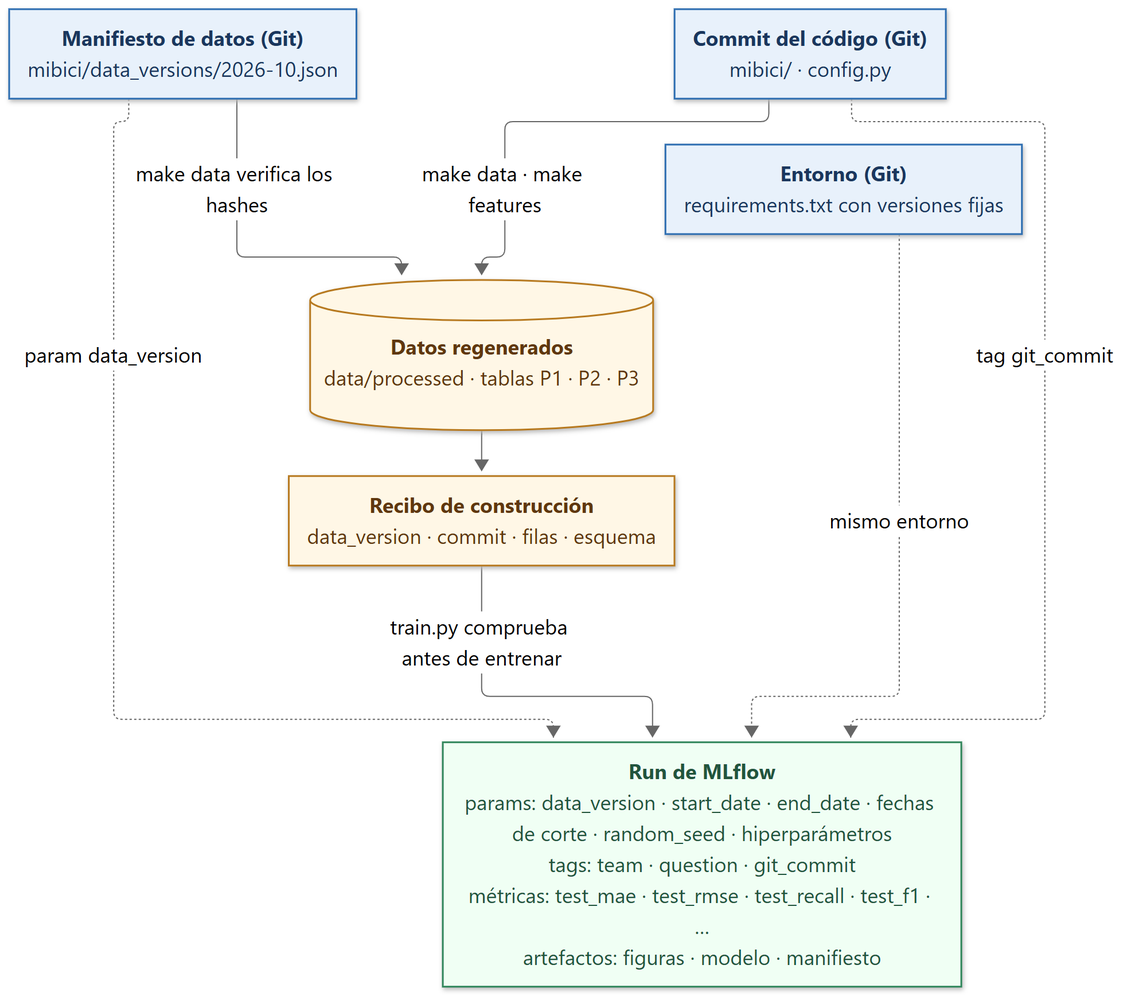
Earlier version of the Mermaid export references/trazabilidad.png (WillSagzz/TC5061-Proyecto-Equipo10). Its source is kept beside it as references/trazabilidad.mmd. Its diagram source:
```mermaid
flowchart TB

  MAN["<b>Manifiesto de datos (Git)</b><br/>mibici/data_versions/2026-10.json"]
  COMMIT["<b>Commit del código (Git)</b><br/>mibici/ · config.py"]
  REQ["<b>Entorno (Git)</b><br/>requirements.txt con versiones fijas"]

  DATA[("<b>Datos regenerados</b><br/>data/processed · tablas P1 · P2 · P3")]
  RECEIPT["<b>Recibo de construcción</b><br/>data_version · commit · filas · esquema"]

  RUN["<b>Run de MLflow</b><br/>params: data_version · start_date · end_date · fechas de corte · random_seed · hiperparámetros<br/>tags: team · question · git_commit<br/>métricas: test_mae · test_rmse · test_recall · test_f1 · …<br/>artefactos: figuras · modelo · manifiesto"]

  MAN -- "make data verifica los hashes" --> DATA
  COMMIT -- "make data · make features" --> DATA
  REQ ~~~ DATA
  DATA --> RECEIPT
  RECEIPT -- "train.py comprueba antes de entrenar" --> RUN
  MAN -. "param data_version" .-> RUN
  COMMIT -. "tag git_commit" .-> RUN
  REQ -. "mismo entorno" .-> RUN

  classDef git fill:#e8f1fb,stroke:#2b6cb0,stroke-width:1.5px,color:#1a365d
  classDef local fill:#fff7e6,stroke:#b7791f,stroke-width:1.5px,color:#5f370e
  classDef run fill:#f0fff4,stroke:#2f855a,stroke-width:1.5px,color:#22543d
  class MAN,COMMIT,REQ git
  class DATA,RECEIPT local
  class RUN run
```
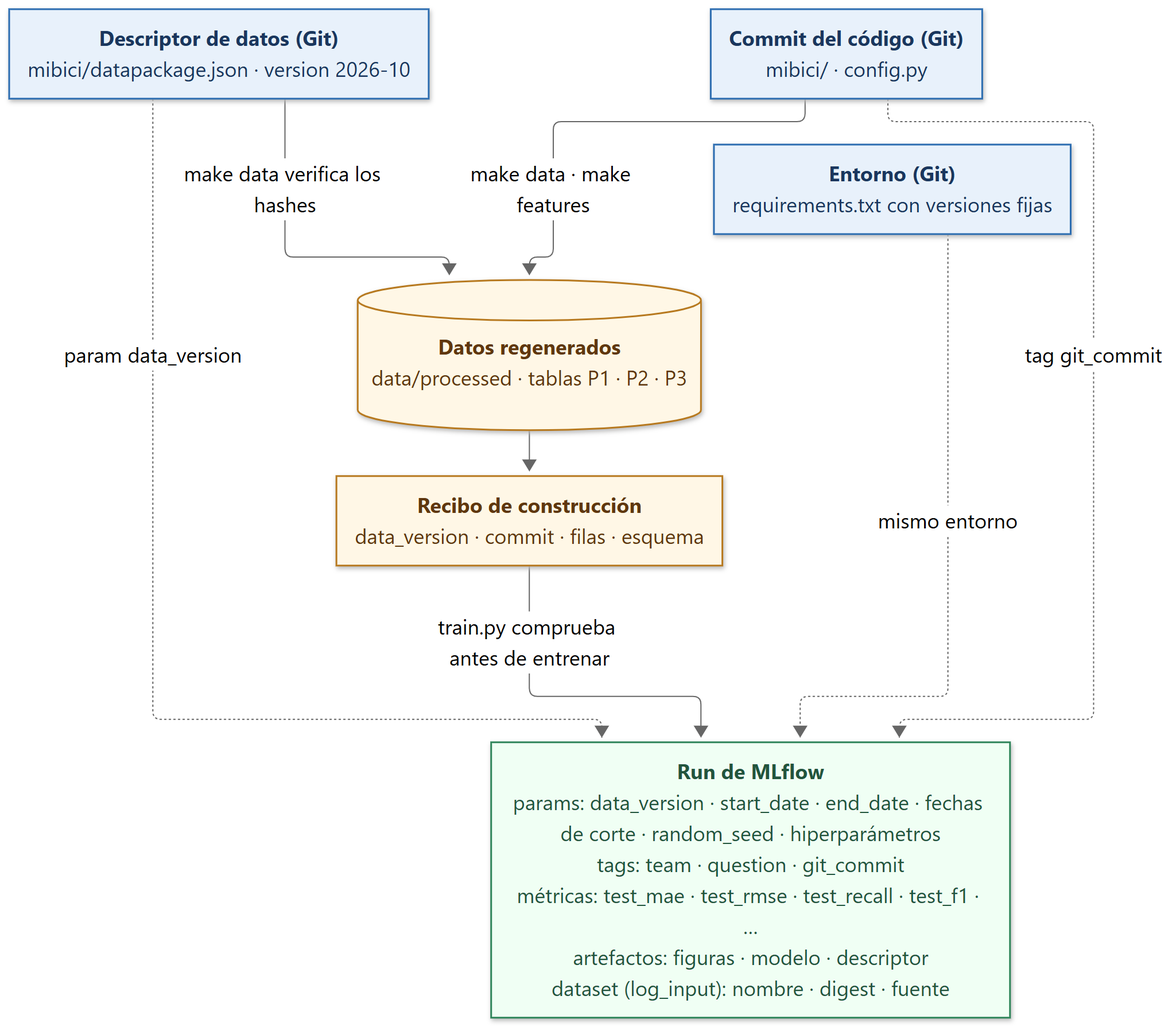
The same file after the commit.

The edit, as a diff of the source:
```diff
@@ -1,13 +1,13 @@
 flowchart TB
 
-  MAN["<b>Manifiesto de datos (Git)</b><br/>mibici/data_versions/2026-10.json"]
+  MAN["<b>Descriptor de datos (Git)</b><br/>mibici/datapackage.json · version 2026-10"]
   COMMIT["<b>Commit del código (Git)</b><br/>mibici/ · config.py"]
   REQ["<b>Entorno (Git)</b><br/>requirements.txt con versiones fijas"]
 
   DATA[("<b>Datos regenerados</b><br/>data/processed · tablas P1 · P2 · P3")]
   RECEIPT["<b>Recibo de construcción</b><br/>data_version · commit · filas · esquema"]
 
-  RUN["<b>Run de MLflow</b><br/>params: data_version · start_date · end_date · fechas de corte · random_seed · hiperparámetros<br/>tags: team · question · git_commit<br/>métricas: test_mae · test_rmse · test_recall · test_f1 · …<br/>artefactos: figuras · modelo · manifiesto"]
+  RUN["<b>Run de MLflow</b><br/>params: data_version · start_date · end_date · fechas de corte · random_seed · hiperparámetros<br/>tags: team · question · git_commit<br/>métricas: test_mae · test_rmse · test_recall · test_f1 · …<br/>artefactos: figuras · modelo · descriptor<br/>dataset (log_input): nombre · digest · fuente"]
 
   MAN -- "make data verifica los hashes" --> DATA
   COMMIT -- "make data · make features" --> DATA
```
